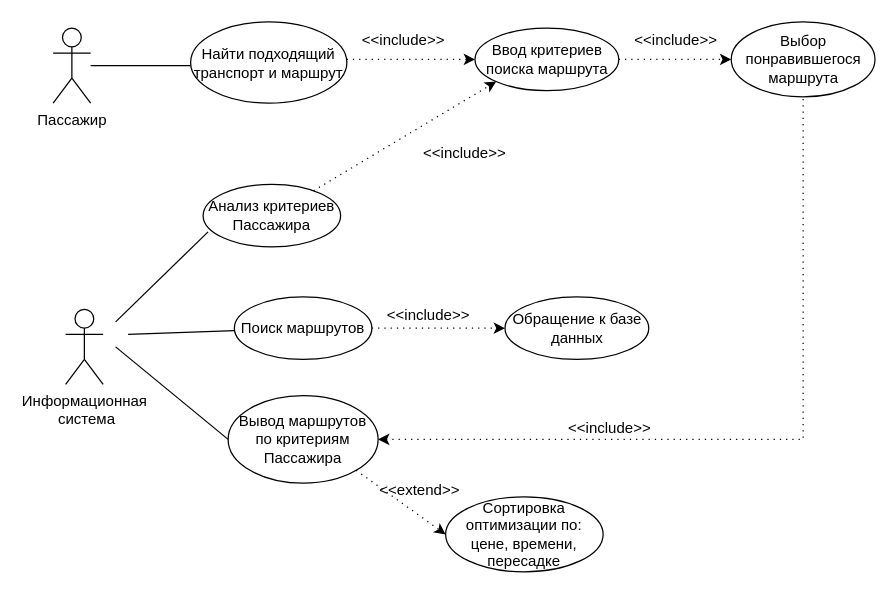
Anaastasiya/- keeps this draw.io diagram as usecase.drawio. Above is the earlier version. Source tidied: cells renumbered, new cells numbered last; positions are measured from the earlier drawing's top-left corner, leaving out a move shared by most shapes. Both pictures are drawn from the tidied source at 125%, with x=0, y=0 at pixel (52, 21).
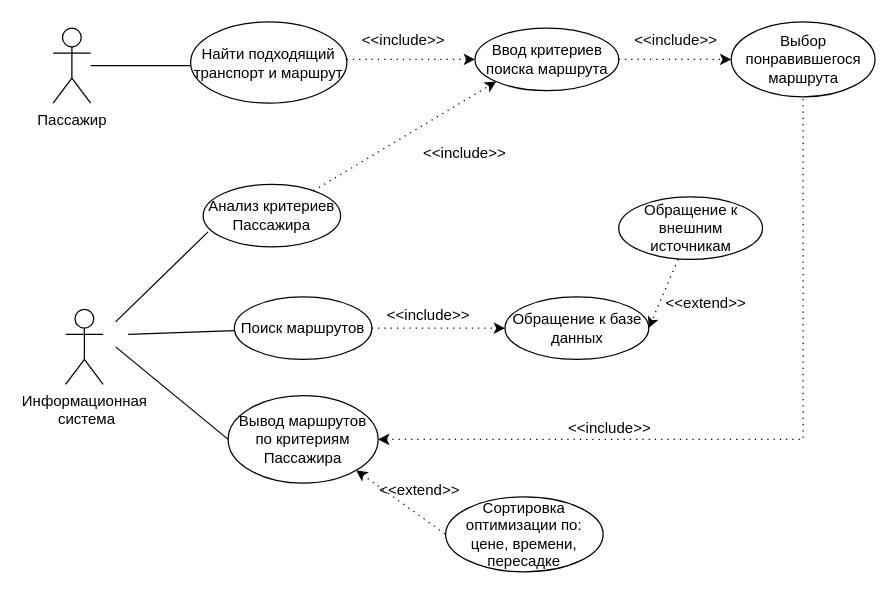
After the change.

Unchanged cells that the change refers to:
```xml
<mxCell id="8" value="Вывод маршрутов по критериям Пассажира" style="ellipse;whiteSpace=wrap;html=1;" parent="1" vertex="1">
  <mxGeometry x="140" y="299" width="120" height="70" as="geometry" />
</mxCell>
<mxCell id="12" value="Сортировка оптимизации по: цене, времени, пересадке" style="ellipse;whiteSpace=wrap;html=1;" parent="1" vertex="1">
  <mxGeometry x="314" y="380" width="126" height="60" as="geometry" />
</mxCell>
<mxCell id="21" value="Обращение к базе данных" style="ellipse;whiteSpace=wrap;html=1;" parent="1" vertex="1">
  <mxGeometry x="361.5" y="220" width="115" height="50" as="geometry" />
</mxCell>
```

The edit, as a diff of the source:
```diff
@@
-    <mxCell id="18" style="rounded=0;jettySize=auto;html=1;dashed=1;dashPattern=1 4;exitX=1;exitY=1;exitDx=0;exitDy=0;entryX=0;entryY=0.5;entryDx=0;entryDy=0;" parent="1" edge="1" source="8" target="12">
+    <mxCell id="18" style="rounded=0;jettySize=auto;html=1;dashed=1;dashPattern=1 4;exitX=1;exitY=1;exitDx=0;exitDy=0;entryX=0;entryY=0.5;entryDx=0;entryDy=0;startArrow=classic;startFill=1;endArrow=none;endFill=0;" parent="1" edge="1" source="8" target="12">
       <mxGeometry relative="1" as="geometry" />
     </mxCell>
@@
+    <mxCell id="28" value="Обращение к внешним источникам" style="ellipse;whiteSpace=wrap;html=1;" parent="1" vertex="1">
+      <mxGeometry x="452.5" y="140" width="115" height="50" as="geometry" />
+    </mxCell>
+    <mxCell id="29" style="rounded=0;jettySize=auto;html=1;dashed=1;dashPattern=1 4;exitX=1;exitY=1;exitDx=0;exitDy=0;entryX=1;entryY=0.5;entryDx=0;entryDy=0;startArrow=none;startFill=0;endArrow=classic;endFill=1;" parent="1" edge="1" target="21">
+      <mxGeometry relative="1" as="geometry">
+        <mxPoint x="500" y="190" as="sourcePoint" />
+      </mxGeometry>
+    </mxCell>
+    <mxCell id="30" value="&amp;lt;&amp;lt;extend&amp;gt;&amp;gt;" style="text;html=1;align=center;verticalAlign=middle;fillColor=none;strokeColor=none;rounded=0;" parent="1" vertex="1">
+      <mxGeometry x="476.5" y="210" width="90" height="30" as="geometry" />
+    </mxCell>
```
